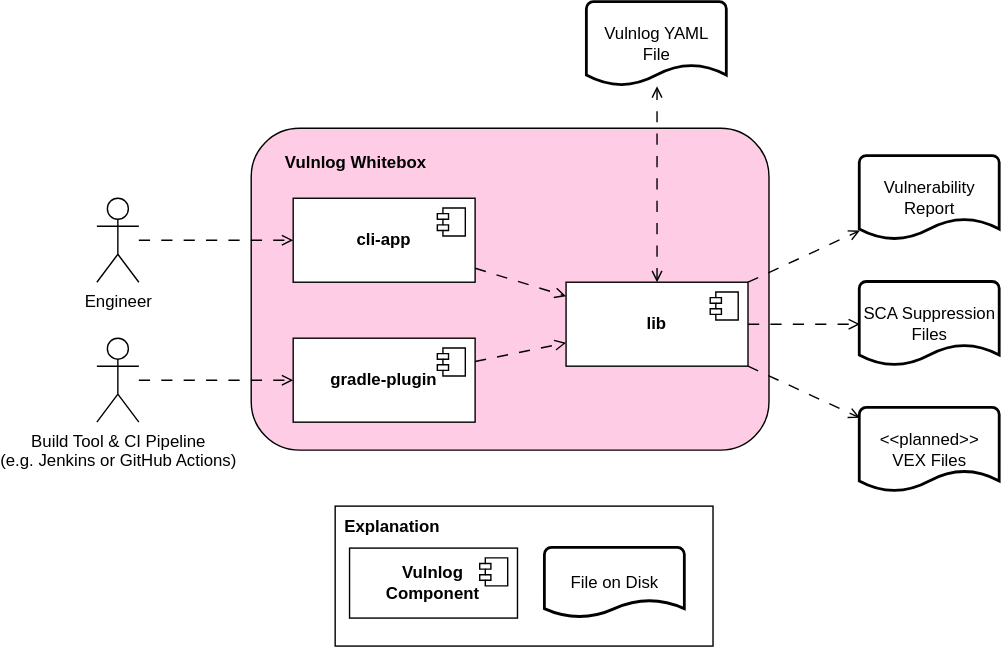
This is devdoc/images/Vulnlog-Building-Blocks.drawio.svg from vulnlog/vulnlog, a draw.io export, as it was before one commit. Source tidied: cells renumbered, new cells last; positions are measured from the earlier drawing's top-left corner, leaving out a move shared by most shapes.
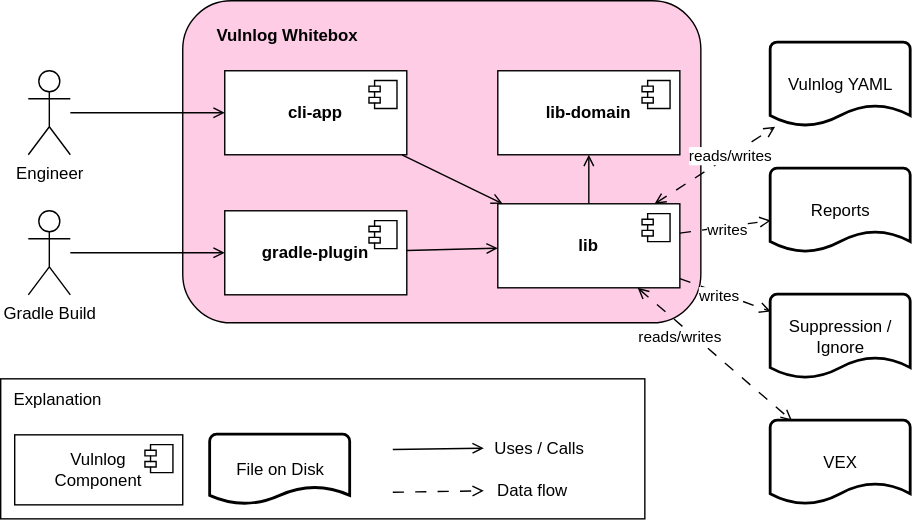
Above is the later version.

Commit message:
docs(sad): Rework the building block view document

Change to the diagram source:
```diff
@@ -8,7 +8,7 @@
     <mxCell id="3" value="Engineer" style="shape=umlActor;verticalLabelPosition=bottom;verticalAlign=top;html=1;" parent="1" vertex="1">
       <mxGeometry x="-0.3" y="140" width="30" height="60" as="geometry" />
     </mxCell>
-    <mxCell id="4" value="Build Tool &amp;amp; CI Pipeline&lt;div&gt;(e.g. Jenkins or GitHub Actions)&lt;/div&gt;" style="shape=umlActor;verticalLabelPosition=bottom;verticalAlign=top;html=1;" parent="1" vertex="1">
+    <mxCell id="4" value="Gradle Build" style="shape=umlActor;verticalLabelPosition=bottom;verticalAlign=top;html=1;" parent="1" vertex="1">
       <mxGeometry x="-0.3" y="240" width="30" height="60" as="geometry" />
     </mxCell>
     <mxCell id="5" value="&lt;b&gt;Vulnlog Whitebox&lt;/b&gt;" style="text;html=1;whiteSpace=wrap;strokeColor=none;fillColor=none;align=center;verticalAlign=middle;rounded=0;" parent="1" vertex="1">
@@ -31,68 +31,113 @@
       </mxGeometry>
     </mxCell>
     <mxCell id="10" value="&lt;b&gt;lib&lt;/b&gt;" style="html=1;whiteSpace=wrap;" parent="1" vertex="1">
-      <mxGeometry x="335" y="200" width="130" height="60" as="geometry" />
+      <mxGeometry x="335" y="235" width="130" height="60" as="geometry" />
     </mxCell>
     <mxCell id="11" style="shape=module;jettyWidth=8;jettyHeight=4;" parent="10" vertex="1">
       <mxGeometry x="1" width="20" height="20" relative="1" as="geometry">
         <mxPoint x="-27" y="7" as="offset" />
       </mxGeometry>
     </mxCell>
-    <mxCell id="12" style="rounded=0;jettySize=auto;html=1;dashed=1;endArrow=open;endFill=0;dashPattern=8 8;" parent="1" edge="1" source="3" target="6">
+    <mxCell id="12" style="rounded=0;jettySize=auto;html=1;endArrow=open;endFill=0;" parent="1" edge="1" source="3" target="6">
       <mxGeometry relative="1" as="geometry" />
     </mxCell>
-    <mxCell id="13" style="rounded=0;jettySize=auto;html=1;dashed=1;endArrow=open;endFill=0;dashPattern=8 8;" parent="1" edge="1" source="4" target="8">
+    <mxCell id="13" style="rounded=0;jettySize=auto;html=1;endArrow=open;endFill=0;" parent="1" edge="1" source="4" target="8">
       <mxGeometry relative="1" as="geometry" />
     </mxCell>
-    <mxCell id="14" style="rounded=0;jettySize=auto;html=1;dashed=1;endArrow=open;endFill=0;dashPattern=8 8;" parent="1" edge="1" source="6" target="10">
+    <mxCell id="14" style="rounded=0;jettySize=auto;html=1;endArrow=open;endFill=0;" parent="1" edge="1" source="6" target="10">
       <mxGeometry relative="1" as="geometry" />
     </mxCell>
-    <mxCell id="15" style="rounded=0;jettySize=auto;html=1;dashed=1;endArrow=open;endFill=0;dashPattern=8 8;" parent="1" edge="1" source="8" target="10">
+    <mxCell id="15" style="rounded=0;jettySize=auto;html=1;endArrow=open;endFill=0;" parent="1" edge="1" source="8" target="10">
       <mxGeometry relative="1" as="geometry" />
     </mxCell>
-    <mxCell id="16" value="Vulnlog YAML&lt;div&gt;File&lt;/div&gt;" style="strokeWidth=2;html=1;shape=mxgraph.flowchart.document2;whiteSpace=wrap;size=0.25;" parent="1" vertex="1">
-      <mxGeometry x="350" width="100" height="60" as="geometry" />
+    <mxCell id="16" value="Vulnlog YAML" style="strokeWidth=2;html=1;shape=mxgraph.flowchart.document2;whiteSpace=wrap;size=0.25;" parent="1" vertex="1">
+      <mxGeometry x="530" y="120" width="100" height="60" as="geometry" />
     </mxCell>
-    <mxCell id="17" style="rounded=0;jettySize=auto;html=1;dashed=1;endArrow=open;endFill=0;dashPattern=8 8;startArrow=open;startFill=0;" parent="1" edge="1" source="10" target="16">
-      <mxGeometry relative="1" as="geometry" />
-    </mxCell>
-    <mxCell id="18" value="Vulnerability&lt;div&gt;Report&lt;/div&gt;" style="strokeWidth=2;html=1;shape=mxgraph.flowchart.document2;whiteSpace=wrap;size=0.25;" parent="1" vertex="1">
-      <mxGeometry x="545" y="110" width="100" height="60" as="geometry" />
+    <mxCell id="18" value="Reports" style="strokeWidth=2;html=1;shape=mxgraph.flowchart.document2;whiteSpace=wrap;size=0.25;" parent="1" vertex="1">
+      <mxGeometry x="530" y="210" width="100" height="60" as="geometry" />
     </mxCell>
-    <mxCell id="19" value="SCA Suppression&lt;div&gt;Files&lt;/div&gt;" style="strokeWidth=2;html=1;shape=mxgraph.flowchart.document2;whiteSpace=wrap;size=0.25;" parent="1" vertex="1">
-      <mxGeometry x="545" y="200" width="100" height="60" as="geometry" />
+    <mxCell id="19" value="Suppression / Ignore" style="strokeWidth=2;html=1;shape=mxgraph.flowchart.document2;whiteSpace=wrap;size=0.25;" parent="1" vertex="1">
+      <mxGeometry x="530" y="300" width="100" height="60" as="geometry" />
     </mxCell>
-    <mxCell id="20" value="&lt;div&gt;&amp;lt;&amp;lt;planned&amp;gt;&amp;gt;&lt;/div&gt;&lt;div&gt;VEX Files&lt;/div&gt;" style="strokeWidth=2;html=1;shape=mxgraph.flowchart.document2;whiteSpace=wrap;size=0.25;" parent="1" vertex="1">
-      <mxGeometry x="545" y="290" width="100" height="60" as="geometry" />
+    <mxCell id="20" value="VEX" style="strokeWidth=2;html=1;shape=mxgraph.flowchart.document2;whiteSpace=wrap;size=0.25;" parent="1" vertex="1">
+      <mxGeometry x="530" y="390" width="100" height="60" as="geometry" />
     </mxCell>
     <mxCell id="21" style="rounded=0;jettySize=auto;html=1;dashed=1;endArrow=open;endFill=0;dashPattern=8 8;" parent="1" edge="1" source="10" target="18">
       <mxGeometry relative="1" as="geometry" />
     </mxCell>
+    <mxCell id="30" value="writes" style="edgeLabel;html=1;align=center;verticalAlign=middle;inheritText=1;" parent="21" vertex="1">
+      <mxGeometry x="0.04" y="-2" relative="1" as="geometry" />
+    </mxCell>
     <mxCell id="22" style="rounded=0;jettySize=auto;html=1;dashed=1;endArrow=open;endFill=0;dashPattern=8 8;" parent="1" edge="1" source="10" target="19">
       <mxGeometry relative="1" as="geometry" />
     </mxCell>
+    <mxCell id="31" value="writes" style="edgeLabel;html=1;align=center;verticalAlign=middle;inheritText=1;" parent="22" vertex="1">
+      <mxGeometry x="-0.12" y="-2" relative="1" as="geometry" />
+    </mxCell>
-    <mxCell id="23" style="rounded=0;jettySize=auto;html=1;dashed=1;endArrow=open;endFill=0;dashPattern=8 8;" parent="1" edge="1" source="10" target="20">
+    <mxCell id="23" style="rounded=0;jettySize=auto;html=1;dashed=1;endArrow=open;endFill=0;dashPattern=8 8;startArrow=open;startFill=0;" parent="1" edge="1" source="10" target="20">
       <mxGeometry relative="1" as="geometry" />
     </mxCell>
+    <mxCell id="32" value="reads/writes" style="edgeLabel;html=1;align=center;verticalAlign=middle;inheritText=1;" parent="23" vertex="1">
+      <mxGeometry x="0.48" relative="1" as="geometry">
+        <mxPoint x="-51" y="-35" as="offset" />
+      </mxGeometry>
+    </mxCell>
     <mxCell id="24" style="group;" parent="1" vertex="1">
       <mxGeometry x="170" y="360" width="270" height="100" as="geometry" />
     </mxCell>
     <mxCell id="25" style="rounded=0;whiteSpace=wrap;html=1;" parent="24" vertex="1">
-      <mxGeometry width="270" height="100" as="geometry" />
+      <mxGeometry x="-190" width="460" height="100" as="geometry" />
     </mxCell>
-    <mxCell id="26" value="&lt;b&gt;Explanation&lt;/b&gt;" style="text;html=1;whiteSpace=wrap;strokeColor=none;fillColor=none;align=center;verticalAlign=middle;rounded=0;" parent="24" vertex="1">
-      <mxGeometry x="10.3" width="61.7" height="30" as="geometry" />
+    <mxCell id="26" value="Explanation" style="text;html=1;whiteSpace=wrap;strokeColor=none;fillColor=none;align=center;verticalAlign=middle;rounded=0;" parent="24" vertex="1">
+      <mxGeometry x="-180" width="61.7" height="30" as="geometry" />
     </mxCell>
+    <mxCell id="33" style="rounded=0;orthogonalLoop=1;jettySize=auto;html=1;dashed=1;endArrow=open;endFill=0;dashPattern=8 8;" parent="24" edge="1">
+      <mxGeometry relative="1" as="geometry">
+        <mxPoint x="90" y="81" as="sourcePoint" />
+        <mxPoint x="155" y="80" as="targetPoint" />
+      </mxGeometry>
+    </mxCell>
+    <mxCell id="34" style="rounded=0;orthogonalLoop=1;jettySize=auto;html=1;endArrow=open;endFill=0;" parent="24" edge="1">
+      <mxGeometry relative="1" as="geometry">
+        <mxPoint x="90" y="50.5" as="sourcePoint" />
+        <mxPoint x="155" y="49.5" as="targetPoint" />
+      </mxGeometry>
+    </mxCell>
+    <mxCell id="35" value="Uses / Calls" style="text;html=1;whiteSpace=wrap;strokeColor=none;fillColor=none;align=center;verticalAlign=middle;rounded=0;" parent="24" vertex="1">
+      <mxGeometry x="155" y="35" width="79.7" height="30" as="geometry" />
+    </mxCell>
+    <mxCell id="36" value="Data flow" style="text;html=1;whiteSpace=wrap;strokeColor=none;fillColor=none;align=center;verticalAlign=middle;rounded=0;" parent="24" vertex="1">
+      <mxGeometry x="150" y="65" width="79.7" height="30" as="geometry" />
+    </mxCell>
+    <mxCell id="37" value="&lt;b&gt;lib-domain&lt;/b&gt;" style="html=1;whiteSpace=wrap;" parent="1" vertex="1">
+      <mxGeometry x="335" y="140" width="130" height="60" as="geometry" />
+    </mxCell>
+    <mxCell id="38" style="shape=module;jettyWidth=8;jettyHeight=4;" parent="37" vertex="1">
+      <mxGeometry x="1" width="20" height="20" relative="1" as="geometry">
+        <mxPoint x="-27" y="7" as="offset" />
+      </mxGeometry>
+    </mxCell>
+    <mxCell id="39" style="rounded=0;jettySize=auto;html=1;endArrow=open;endFill=0;" parent="1" edge="1" source="10" target="37">
+      <mxGeometry relative="1" as="geometry" />
+    </mxCell>
+    <mxCell id="17" style="rounded=0;jettySize=auto;html=1;dashed=1;endArrow=open;endFill=0;dashPattern=8 8;startArrow=open;startFill=0;" parent="1" edge="1" source="10" target="16">
+      <mxGeometry relative="1" as="geometry" />
+    </mxCell>
+    <mxCell id="40" value="reads/writes" style="edgeLabel;html=1;align=center;verticalAlign=middle;inheritText=1;" parent="17" vertex="1">
+      <mxGeometry x="0.31" y="-5" relative="1" as="geometry">
+        <mxPoint x="-6" y="-3" as="offset" />
+      </mxGeometry>
+    </mxCell>
-    <mxCell id="27" value="&lt;b&gt;Vulnlog&lt;/b&gt;&lt;div&gt;&lt;b&gt;Component&lt;/b&gt;&lt;/div&gt;" style="html=1;whiteSpace=wrap;" parent="24" vertex="1">
-      <mxGeometry x="10.3" y="30" width="120" height="50" as="geometry" />
+    <mxCell id="27" value="Vulnlog&lt;div&gt;Component&lt;/div&gt;" style="html=1;whiteSpace=wrap;" parent="1" vertex="1">
+      <mxGeometry x="-10" y="400" width="120" height="50" as="geometry" />
     </mxCell>
     <mxCell id="28" style="shape=module;jettyWidth=8;jettyHeight=4;" parent="27" vertex="1">
       <mxGeometry x="1" width="20" height="20" relative="1" as="geometry">
         <mxPoint x="-27" y="7" as="offset" />
       </mxGeometry>
     </mxCell>
-    <mxCell id="29" value="File on Disk" style="strokeWidth=2;html=1;shape=mxgraph.flowchart.document2;whiteSpace=wrap;size=0.25;" parent="24" vertex="1">
-      <mxGeometry x="150" y="30" width="100" height="50" as="geometry" />
+    <mxCell id="29" value="File on Disk" style="strokeWidth=2;html=1;shape=mxgraph.flowchart.document2;whiteSpace=wrap;size=0.25;" parent="1" vertex="1">
+      <mxGeometry x="129.7" y="400" width="100" height="50" as="geometry" />
     </mxCell>
   </root>
 </mxGraphModel>
```
